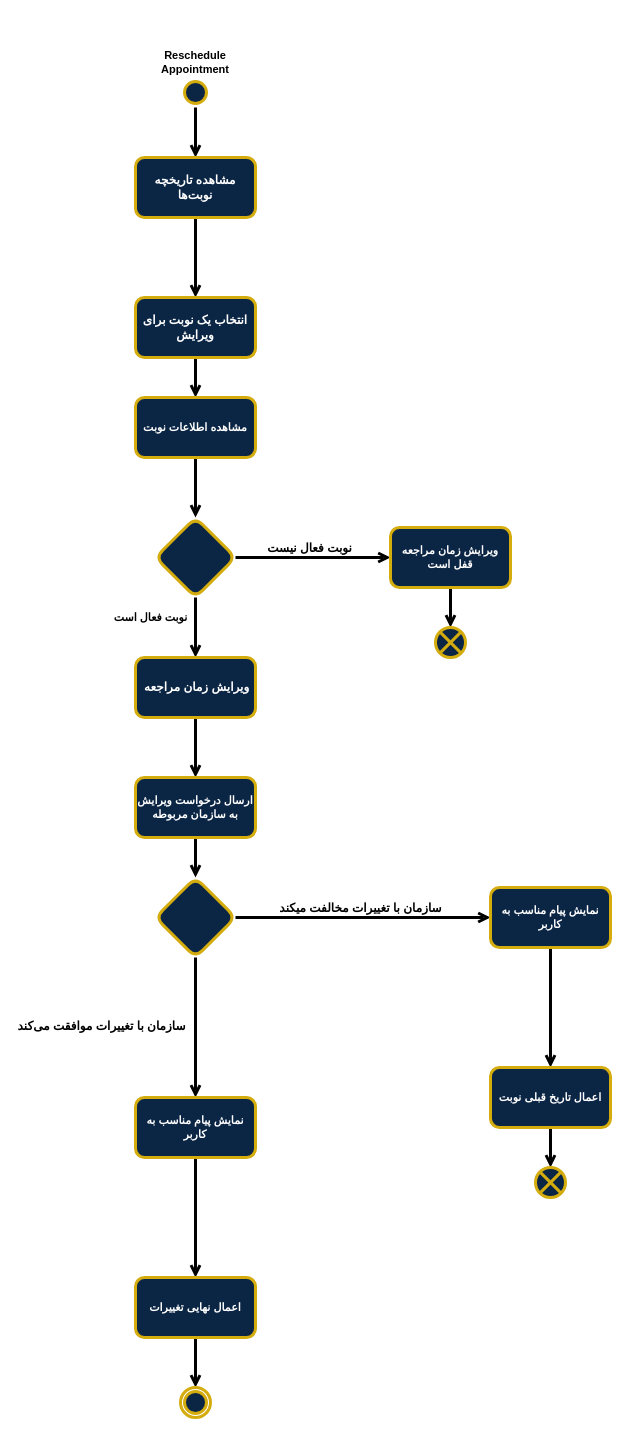
Above: page "Reschedule Appo" (2 of 3) of Documentation/Analysis/Modeling/Functional Models/Customer/Customer Act Diag.drawio in TnT74K/Project-SAD (draw.io), before the change. Source tidied: cells renumbered, new cells numbered last; positions are measured from the earlier drawing's top-left corner, leaving out a move shared by most shapes. Both pictures are drawn from the tidied source at 100%, with x=0, y=0 at pixel (135, 47).
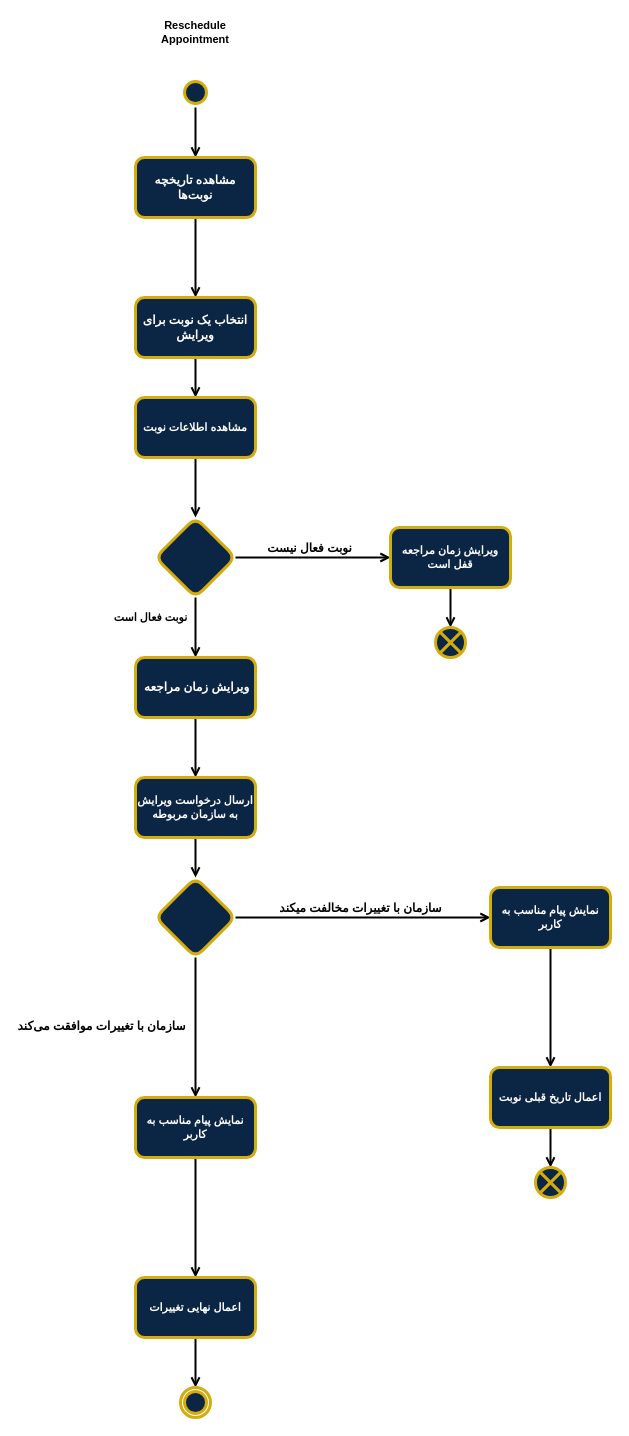
Above is the later version.

The change refers to these unchanged cells:
```xml
<mxCell id="3" style="ellipse;html=1;shape=startState;fillColor=light-dark(#0B2545,#0B2545);strokeColor=light-dark(#D4AC0D,#D4AC0D);rounded=1;strokeWidth=3;align=center;verticalAlign=middle;fontFamily=zain;fontSize=12;fontColor=light-dark(#FFFFFF,#FFFFFF);fontStyle=1;labelBackgroundColor=none;" parent="1" vertex="1">
  <mxGeometry x="45" y="30" width="30" height="30" as="geometry" />
</mxCell>
<mxCell id="6" value="مشاهده تاریخچه نوبت‌ها" style="whiteSpace=wrap;html=1;strokeColor=light-dark(#D4AC0D,#D4AC0D);strokeWidth=3;align=center;verticalAlign=middle;fontFamily=zain;fontSize=12;fontColor=light-dark(#FFFFFF,#FFFFFF);fillColor=light-dark(#0B2545,#0B2545);fontStyle=1;labelBackgroundColor=none;rounded=1;" parent="1" vertex="1">
  <mxGeometry y="110" width="120" height="60" as="geometry" />
</mxCell>
<mxCell id="8" value="انتخاب یک نوبت برای ویرایش" style="whiteSpace=wrap;html=1;fontFamily=zain;fillColor=light-dark(#0B2545,#0B2545);strokeColor=light-dark(#D4AC0D,#D4AC0D);fontColor=light-dark(#FFFFFF,#FFFFFF);strokeWidth=3;align=center;verticalAlign=middle;fontSize=12;fontStyle=1;labelBackgroundColor=none;rounded=1;" parent="1" vertex="1">
  <mxGeometry y="250" width="120" height="60" as="geometry" />
</mxCell>
<mxCell id="10" value="&amp;nbsp;ویرایش زمان مراجعه" style="whiteSpace=wrap;html=1;fontFamily=zain;fillColor=light-dark(#0B2545,#0B2545);strokeColor=light-dark(#D4AC0D,#D4AC0D);fontColor=light-dark(#FFFFFF,#FFFFFF);strokeWidth=3;align=center;verticalAlign=middle;fontSize=12;fontStyle=1;labelBackgroundColor=none;rounded=1;" parent="1" vertex="1">
  <mxGeometry y="610" width="120" height="60" as="geometry" />
</mxCell>
<mxCell id="13" value="مشاهده اطلاعات نوبت" style="rounded=1;whiteSpace=wrap;html=1;strokeColor=light-dark(#D4AC0D,#D4AC0D);strokeWidth=3;align=center;verticalAlign=middle;fontFamily=zain;fontSize=11;fontColor=light-dark(#FFFFFF,#FFFFFF);fontStyle=1;labelBackgroundColor=none;fillColor=light-dark(#0B2545,#0B2545);" parent="1" vertex="1">
  <mxGeometry y="350" width="120" height="60" as="geometry" />
</mxCell>
<mxCell id="16" value="ارسال درخواست ویرایش به سازمان مربوطه" style="rounded=1;whiteSpace=wrap;html=1;strokeColor=light-dark(#D4AC0D,#D4AC0D);strokeWidth=3;align=center;verticalAlign=middle;fontFamily=zain;fontSize=11;fontColor=light-dark(#FFFFFF,#FFFFFF);fontStyle=1;labelBackgroundColor=none;fillColor=light-dark(#0B2545,#0B2545);" parent="1" vertex="1">
  <mxGeometry y="730" width="120" height="60" as="geometry" />
</mxCell>
<mxCell id="21" style="rhombus;whiteSpace=wrap;html=1;rounded=1;strokeColor=light-dark(#D4AC0D,#D4AC0D);strokeWidth=3;align=center;verticalAlign=middle;fontFamily=zain;fontSize=11;fontColor=light-dark(#FFFFFF,#FFFFFF);fontStyle=1;labelBackgroundColor=none;fillColor=light-dark(#0B2545,#0B2545);" parent="1" vertex="1">
  <mxGeometry x="20" y="830" width="80" height="80" as="geometry" />
</mxCell>
<mxCell id="23" value="نمایش پیام مناسب به کاربر" style="rounded=1;whiteSpace=wrap;html=1;strokeColor=light-dark(#D4AC0D,#D4AC0D);strokeWidth=3;align=center;verticalAlign=middle;fontFamily=zain;fontSize=11;fontColor=light-dark(#FFFFFF,#FFFFFF);fontStyle=1;labelBackgroundColor=none;fillColor=light-dark(#0B2545,#0B2545);" parent="1" vertex="1">
  <mxGeometry x="355" y="840" width="120" height="60" as="geometry" />
</mxCell>
<mxCell id="25" value="اعمال تاریخ قبلی نوبت" style="whiteSpace=wrap;html=1;fontSize=11;fontFamily=zain;fillColor=light-dark(#0B2545,#0B2545);strokeColor=light-dark(#D4AC0D,#D4AC0D);fontColor=light-dark(#FFFFFF,#FFFFFF);rounded=1;strokeWidth=3;fontStyle=1;labelBackgroundColor=none;" parent="1" vertex="1">
  <mxGeometry x="355" y="1020" width="120" height="60" as="geometry" />
</mxCell>
<mxCell id="27" value="نمایش پیام مناسب به کاربر" style="rounded=1;whiteSpace=wrap;html=1;strokeColor=light-dark(#D4AC0D,#D4AC0D);strokeWidth=3;align=center;verticalAlign=middle;fontFamily=zain;fontSize=11;fontColor=light-dark(#FFFFFF,#FFFFFF);fontStyle=1;labelBackgroundColor=none;fillColor=light-dark(#0B2545,#0B2545);" parent="1" vertex="1">
  <mxGeometry y="1050" width="120" height="60" as="geometry" />
</mxCell>
<mxCell id="28" style="shape=sumEllipse;perimeter=ellipsePerimeter;html=1;backgroundOutline=1;rounded=1;strokeColor=light-dark(#D4AC0D,#D4AC0D);strokeWidth=3;align=center;verticalAlign=middle;fontFamily=zain;fontSize=11;fontColor=light-dark(#FFFFFF,#FFFFFF);fontStyle=1;labelBackgroundColor=none;fillColor=light-dark(#0B2545,#0B2545);" parent="1" vertex="1">
  <mxGeometry x="400" y="1120" width="30" height="30" as="geometry" />
</mxCell>
<mxCell id="30" value="اعمال نهایی تغییرات" style="whiteSpace=wrap;html=1;fontSize=11;fontFamily=zain;fillColor=light-dark(#0B2545,#0B2545);strokeColor=light-dark(#D4AC0D,#D4AC0D);fontColor=light-dark(#FFFFFF,#FFFFFF);rounded=1;strokeWidth=3;fontStyle=1;labelBackgroundColor=none;" parent="1" vertex="1">
  <mxGeometry y="1230" width="120" height="60" as="geometry" />
</mxCell>
<mxCell id="31" style="ellipse;html=1;shape=endState;fillColor=light-dark(#0B2545,#0B2545);strokeColor=light-dark(#D4AC0D,#D4AC0D);rounded=1;strokeWidth=3;align=center;verticalAlign=middle;fontFamily=zain;fontSize=12;fontColor=light-dark(#FFFFFF,#FFFFFF);fontStyle=1;labelBackgroundColor=none;" parent="1" vertex="1">
  <mxGeometry x="45" y="1340" width="30" height="30" as="geometry" />
</mxCell>
<mxCell id="34" style="rhombus;whiteSpace=wrap;html=1;rounded=1;strokeColor=light-dark(#D4AC0D,#D4AC0D);strokeWidth=3;align=center;verticalAlign=middle;fontFamily=zain;fontSize=11;fontColor=light-dark(#FFFFFF,#FFFFFF);fontStyle=1;labelBackgroundColor=none;fillColor=light-dark(#0B2545,#0B2545);" parent="1" vertex="1">
  <mxGeometry x="20" y="470" width="80" height="80" as="geometry" />
</mxCell>
<mxCell id="36" value="ویرایش زمان مراجعه قفل است" style="rounded=1;whiteSpace=wrap;html=1;strokeColor=light-dark(#D4AC0D,#D4AC0D);strokeWidth=3;align=center;verticalAlign=middle;fontFamily=zain;fontSize=11;fontColor=light-dark(#FFFFFF,#FFFFFF);fontStyle=1;labelBackgroundColor=none;fillColor=light-dark(#0B2545,#0B2545);" parent="1" vertex="1">
  <mxGeometry x="255" y="480" width="120" height="60" as="geometry" />
</mxCell>
<mxCell id="37" style="shape=sumEllipse;perimeter=ellipsePerimeter;html=1;backgroundOutline=1;rounded=1;strokeColor=light-dark(#D4AC0D,#D4AC0D);strokeWidth=3;align=center;verticalAlign=middle;fontFamily=zain;fontSize=11;fontColor=light-dark(#FFFFFF,#FFFFFF);fontStyle=1;labelBackgroundColor=none;fillColor=light-dark(#0B2545,#0B2545);" parent="1" vertex="1">
  <mxGeometry x="300" y="580" width="30" height="30" as="geometry" />
</mxCell>
```

What changed in the source:
```diff
@@
-    <mxCell id="2" value="&lt;span style=&quot;color: light-dark(rgb(0, 0, 0), rgb(255, 255, 255));&quot;&gt;نوبت فعال است&lt;/span&gt;" style="edgeStyle=orthogonalEdgeStyle;shape=connector;rounded=0;jettySize=auto;html=1;strokeColor=light-dark(#000000,#FFFFFF);strokeWidth=3;align=center;verticalAlign=middle;fontFamily=zain;fontSize=11;fontColor=light-dark(#FFFFFF,#FFFFFF);fontStyle=1;labelBackgroundColor=none;endArrow=open;endFill=0;" parent="1" edge="1" source="34" target="10">
+    <mxCell id="2" value="&lt;span style=&quot;color: light-dark(rgb(0, 0, 0), rgb(255, 255, 255));&quot;&gt;نوبت فعال است&lt;/span&gt;" style="edgeStyle=orthogonalEdgeStyle;shape=connector;rounded=0;jettySize=auto;html=1;strokeColor=light-dark(#000000,#FFFFFF);strokeWidth=2;align=center;verticalAlign=middle;fontFamily=zain;fontSize=11;fontColor=light-dark(#FFFFFF,#FFFFFF);fontStyle=1;labelBackgroundColor=none;endArrow=open;endFill=0;" parent="1" edge="1" source="34" target="10">
       <mxGeometry x="-0.33" y="-45" relative="1" as="geometry" />
     </mxCell>
@@
-    <mxCell id="4" style="edgeStyle=orthogonalEdgeStyle;html=1;verticalAlign=middle;endArrow=open;strokeColor=light-dark(#000000,#FFFFFF);rounded=0;strokeWidth=3;align=center;fontFamily=Helvetica;fontSize=11;fontColor=default;labelBackgroundColor=default;fontStyle=1;endFill=0;" parent="1" edge="1" source="3" target="6">
+    <mxCell id="4" style="edgeStyle=orthogonalEdgeStyle;html=1;verticalAlign=middle;endArrow=open;strokeColor=light-dark(#000000,#FFFFFF);rounded=0;strokeWidth=2;align=center;fontFamily=Helvetica;fontSize=11;fontColor=default;labelBackgroundColor=default;fontStyle=1;endFill=0;" parent="1" edge="1" source="3" target="6">
       <mxGeometry relative="1" as="geometry">
         <Array as="points">
           <mxPoint x="60" y="100" />
           <mxPoint x="60" y="100" />
         </Array>
       </mxGeometry>
     </mxCell>
-    <mxCell id="5" style="edgeStyle=orthogonalEdgeStyle;shape=connector;rounded=0;jettySize=auto;html=1;strokeColor=light-dark(#000000,#FFFFFF);strokeWidth=3;align=center;verticalAlign=middle;fontFamily=Helvetica;fontSize=11;fontColor=default;labelBackgroundColor=default;endArrow=open;endFill=0;fontStyle=1;" parent="1" edge="1" source="6" target="8">
+    <mxCell id="5" style="edgeStyle=orthogonalEdgeStyle;shape=connector;rounded=0;jettySize=auto;html=1;strokeColor=light-dark(#000000,#FFFFFF);strokeWidth=2;align=center;verticalAlign=middle;fontFamily=Helvetica;fontSize=11;fontColor=default;labelBackgroundColor=default;endArrow=open;endFill=0;fontStyle=1;" parent="1" edge="1" source="6" target="8">
       <mxGeometry relative="1" as="geometry" />
     </mxCell>
@@
-    <mxCell id="7" style="edgeStyle=orthogonalEdgeStyle;shape=connector;rounded=0;jettySize=auto;html=1;strokeColor=light-dark(#000000,#FFFFFF);strokeWidth=3;align=center;verticalAlign=middle;fontFamily=Helvetica;fontSize=11;fontColor=default;fontStyle=1;labelBackgroundColor=default;endArrow=open;endFill=0;" parent="1" edge="1" source="8" target="13">
+    <mxCell id="7" style="edgeStyle=orthogonalEdgeStyle;shape=connector;rounded=0;jettySize=auto;html=1;strokeColor=light-dark(#000000,#FFFFFF);strokeWidth=2;align=center;verticalAlign=middle;fontFamily=Helvetica;fontSize=11;fontColor=default;fontStyle=1;labelBackgroundColor=default;endArrow=open;endFill=0;" parent="1" edge="1" source="8" target="13">
       <mxGeometry relative="1" as="geometry" />
     </mxCell>
@@
-    <mxCell id="9" style="edgeStyle=orthogonalEdgeStyle;shape=connector;rounded=0;jettySize=auto;html=1;strokeColor=light-dark(#000000,#FFFFFF);strokeWidth=3;align=center;verticalAlign=middle;fontFamily=zain;fontSize=11;fontColor=light-dark(#FFFFFF,#FFFFFF);fontStyle=1;labelBackgroundColor=none;endArrow=open;endFill=0;" parent="1" edge="1" source="10" target="16">
+    <mxCell id="9" style="edgeStyle=orthogonalEdgeStyle;shape=connector;rounded=0;jettySize=auto;html=1;strokeColor=light-dark(#000000,#FFFFFF);strokeWidth=2;align=center;verticalAlign=middle;fontFamily=zain;fontSize=11;fontColor=light-dark(#FFFFFF,#FFFFFF);fontStyle=1;labelBackgroundColor=none;endArrow=open;endFill=0;" parent="1" edge="1" source="10" target="16">
       <mxGeometry relative="1" as="geometry" />
     </mxCell>
@@
     <mxCell id="11" value="Reschedule Appointment" style="text;html=1;whiteSpace=wrap;strokeColor=none;fillColor=none;align=center;verticalAlign=middle;rounded=0;fontFamily=zain;fontSize=11;fontColor=light-dark(#000000,#FFFFFF);fontStyle=1;labelBackgroundColor=none;" parent="1" vertex="1">
-      <mxGeometry x="30" width="60" height="30" as="geometry" />
+      <mxGeometry x="30" y="-30" width="60" height="30" as="geometry" />
     </mxCell>
-    <mxCell id="12" style="edgeStyle=orthogonalEdgeStyle;shape=connector;rounded=0;jettySize=auto;html=1;strokeColor=light-dark(#000000,#FFFFFF);strokeWidth=3;align=center;verticalAlign=middle;fontFamily=zain;fontSize=11;fontColor=light-dark(#FFFFFF,#FFFFFF);fontStyle=1;labelBackgroundColor=none;endArrow=open;endFill=0;" parent="1" edge="1" source="13" target="34">
+    <mxCell id="12" style="edgeStyle=orthogonalEdgeStyle;shape=connector;rounded=0;jettySize=auto;html=1;strokeColor=light-dark(#000000,#FFFFFF);strokeWidth=2;align=center;verticalAlign=middle;fontFamily=zain;fontSize=11;fontColor=light-dark(#FFFFFF,#FFFFFF);fontStyle=1;labelBackgroundColor=none;endArrow=open;endFill=0;" parent="1" edge="1" source="13" target="34">
       <mxGeometry relative="1" as="geometry" />
     </mxCell>
@@
-    <mxCell id="14" style="edgeStyle=orthogonalEdgeStyle;shape=connector;rounded=0;jettySize=auto;html=1;strokeColor=light-dark(#000000,#FFFFFF);strokeWidth=3;align=center;verticalAlign=middle;fontFamily=zain;fontSize=11;fontColor=light-dark(#FFFFFF,#FFFFFF);fontStyle=1;labelBackgroundColor=none;endArrow=open;endFill=0;" parent="1" edge="1" source="16" target="21">
+    <mxCell id="14" style="edgeStyle=orthogonalEdgeStyle;shape=connector;rounded=0;jettySize=auto;html=1;strokeColor=light-dark(#000000,#FFFFFF);strokeWidth=2;align=center;verticalAlign=middle;fontFamily=zain;fontSize=11;fontColor=light-dark(#FFFFFF,#FFFFFF);fontStyle=1;labelBackgroundColor=none;endArrow=open;endFill=0;" parent="1" edge="1" source="16" target="21">
       <mxGeometry relative="1" as="geometry" />
     </mxCell>
@@
-    <mxCell id="17" style="edgeStyle=orthogonalEdgeStyle;shape=connector;rounded=0;jettySize=auto;html=1;strokeColor=light-dark(#000000,#FFFFFF);strokeWidth=3;align=center;verticalAlign=middle;fontFamily=zain;fontSize=11;fontColor=light-dark(#000000,#FFFFFF);fontStyle=1;labelBackgroundColor=none;endArrow=open;endFill=0;" parent="1" edge="1" source="21" target="23">
+    <mxCell id="17" style="edgeStyle=orthogonalEdgeStyle;shape=connector;rounded=0;jettySize=auto;html=1;strokeColor=light-dark(#000000,#FFFFFF);strokeWidth=2;align=center;verticalAlign=middle;fontFamily=zain;fontSize=11;fontColor=light-dark(#000000,#FFFFFF);fontStyle=1;labelBackgroundColor=none;endArrow=open;endFill=0;" parent="1" edge="1" source="21" target="23">
       <mxGeometry relative="1" as="geometry" />
     </mxCell>
@@
-    <mxCell id="19" style="edgeStyle=orthogonalEdgeStyle;shape=connector;rounded=0;jettySize=auto;html=1;strokeColor=light-dark(#000000,#FFFFFF);strokeWidth=3;align=center;verticalAlign=middle;fontFamily=zain;fontSize=11;fontColor=light-dark(#FFFFFF,#FFFFFF);fontStyle=1;labelBackgroundColor=none;endArrow=open;endFill=0;entryX=0.5;entryY=0;entryDx=0;entryDy=0;" parent="1" edge="1" source="21" target="27">
+    <mxCell id="19" style="edgeStyle=orthogonalEdgeStyle;shape=connector;rounded=0;jettySize=auto;html=1;strokeColor=light-dark(#000000,#FFFFFF);strokeWidth=2;align=center;verticalAlign=middle;fontFamily=zain;fontSize=11;fontColor=light-dark(#FFFFFF,#FFFFFF);fontStyle=1;labelBackgroundColor=none;endArrow=open;endFill=0;entryX=0.5;entryY=0;entryDx=0;entryDy=0;" parent="1" edge="1" source="21" target="27">
       <mxGeometry relative="1" as="geometry" />
     </mxCell>
@@
-    <mxCell id="22" style="edgeStyle=orthogonalEdgeStyle;shape=connector;rounded=0;jettySize=auto;html=1;strokeColor=light-dark(#000000,#FFFFFF);strokeWidth=3;align=center;verticalAlign=middle;fontFamily=zain;fontSize=11;fontColor=light-dark(#FFFFFF,#FFFFFF);fontStyle=1;labelBackgroundColor=none;endArrow=open;endFill=0;" parent="1" edge="1" source="23" target="25">
+    <mxCell id="22" style="edgeStyle=orthogonalEdgeStyle;shape=connector;rounded=0;jettySize=auto;html=1;strokeColor=light-dark(#000000,#FFFFFF);strokeWidth=2;align=center;verticalAlign=middle;fontFamily=zain;fontSize=11;fontColor=light-dark(#FFFFFF,#FFFFFF);fontStyle=1;labelBackgroundColor=none;endArrow=open;endFill=0;" parent="1" edge="1" source="23" target="25">
       <mxGeometry relative="1" as="geometry" />
     </mxCell>
@@
-    <mxCell id="24" style="edgeStyle=orthogonalEdgeStyle;shape=connector;rounded=0;jettySize=auto;html=1;entryX=0.5;entryY=0;entryDx=0;entryDy=0;strokeColor=light-dark(#000000,#FFFFFF);strokeWidth=3;align=center;verticalAlign=middle;fontFamily=zain;fontSize=11;fontColor=light-dark(#FFFFFF,#FFFFFF);fontStyle=1;labelBackgroundColor=none;endArrow=open;endFill=0;" parent="1" edge="1" source="25" target="28">
+    <mxCell id="24" style="edgeStyle=orthogonalEdgeStyle;shape=connector;rounded=0;jettySize=auto;html=1;entryX=0.5;entryY=0;entryDx=0;entryDy=0;strokeColor=light-dark(#000000,#FFFFFF);strokeWidth=2;align=center;verticalAlign=middle;fontFamily=zain;fontSize=11;fontColor=light-dark(#FFFFFF,#FFFFFF);fontStyle=1;labelBackgroundColor=none;endArrow=open;endFill=0;" parent="1" edge="1" source="25" target="28">
       <mxGeometry relative="1" as="geometry" />
     </mxCell>
@@
-    <mxCell id="26" style="edgeStyle=orthogonalEdgeStyle;shape=connector;rounded=0;jettySize=auto;html=1;strokeColor=light-dark(#000000,#FFFFFF);strokeWidth=3;align=center;verticalAlign=middle;fontFamily=zain;fontSize=11;fontColor=light-dark(#FFFFFF,#FFFFFF);fontStyle=1;labelBackgroundColor=none;endArrow=open;endFill=0;" parent="1" edge="1" source="27" target="30">
+    <mxCell id="26" style="edgeStyle=orthogonalEdgeStyle;shape=connector;rounded=0;jettySize=auto;html=1;strokeColor=light-dark(#000000,#FFFFFF);strokeWidth=2;align=center;verticalAlign=middle;fontFamily=zain;fontSize=11;fontColor=light-dark(#FFFFFF,#FFFFFF);fontStyle=1;labelBackgroundColor=none;endArrow=open;endFill=0;" parent="1" edge="1" source="27" target="30">
       <mxGeometry relative="1" as="geometry" />
     </mxCell>
@@
-    <mxCell id="29" style="edgeStyle=orthogonalEdgeStyle;shape=connector;rounded=0;jettySize=auto;html=1;strokeColor=light-dark(#000000,#FFFFFF);strokeWidth=3;align=center;verticalAlign=middle;fontFamily=zain;fontSize=11;fontColor=light-dark(#FFFFFF,#FFFFFF);fontStyle=1;labelBackgroundColor=none;endArrow=open;endFill=0;" parent="1" edge="1" source="30" target="31">
+    <mxCell id="29" style="edgeStyle=orthogonalEdgeStyle;shape=connector;rounded=0;jettySize=auto;html=1;strokeColor=light-dark(#000000,#FFFFFF);strokeWidth=2;align=center;verticalAlign=middle;fontFamily=zain;fontSize=11;fontColor=light-dark(#FFFFFF,#FFFFFF);fontStyle=1;labelBackgroundColor=none;endArrow=open;endFill=0;" parent="1" edge="1" source="30" target="31">
       <mxGeometry relative="1" as="geometry" />
     </mxCell>
@@
-    <mxCell id="32" style="edgeStyle=orthogonalEdgeStyle;shape=connector;rounded=0;jettySize=auto;html=1;strokeColor=light-dark(#000000,#FFFFFF);strokeWidth=3;align=center;verticalAlign=middle;fontFamily=zain;fontSize=11;fontColor=light-dark(#FFFFFF,#FFFFFF);fontStyle=1;labelBackgroundColor=none;endArrow=open;endFill=0;" parent="1" edge="1" source="34" target="36">
+    <mxCell id="32" style="edgeStyle=orthogonalEdgeStyle;shape=connector;rounded=0;jettySize=auto;html=1;strokeColor=light-dark(#000000,#FFFFFF);strokeWidth=2;align=center;verticalAlign=middle;fontFamily=zain;fontSize=11;fontColor=light-dark(#FFFFFF,#FFFFFF);fontStyle=1;labelBackgroundColor=none;endArrow=open;endFill=0;" parent="1" edge="1" source="34" target="36">
       <mxGeometry relative="1" as="geometry" />
     </mxCell>
@@
-    <mxCell id="35" style="edgeStyle=orthogonalEdgeStyle;shape=connector;rounded=0;jettySize=auto;html=1;strokeColor=light-dark(#000000,#FFFFFF);strokeWidth=3;align=center;verticalAlign=middle;fontFamily=zain;fontSize=11;fontColor=light-dark(#FFFFFF,#FFFFFF);fontStyle=1;labelBackgroundColor=none;endArrow=open;endFill=0;" parent="1" edge="1" source="36" target="37">
+    <mxCell id="35" style="edgeStyle=orthogonalEdgeStyle;shape=connector;rounded=0;jettySize=auto;html=1;strokeColor=light-dark(#000000,#FFFFFF);strokeWidth=2;align=center;verticalAlign=middle;fontFamily=zain;fontSize=11;fontColor=light-dark(#FFFFFF,#FFFFFF);fontStyle=1;labelBackgroundColor=none;endArrow=open;endFill=0;" parent="1" edge="1" source="36" target="37">
       <mxGeometry relative="1" as="geometry" />
     </mxCell>
```
